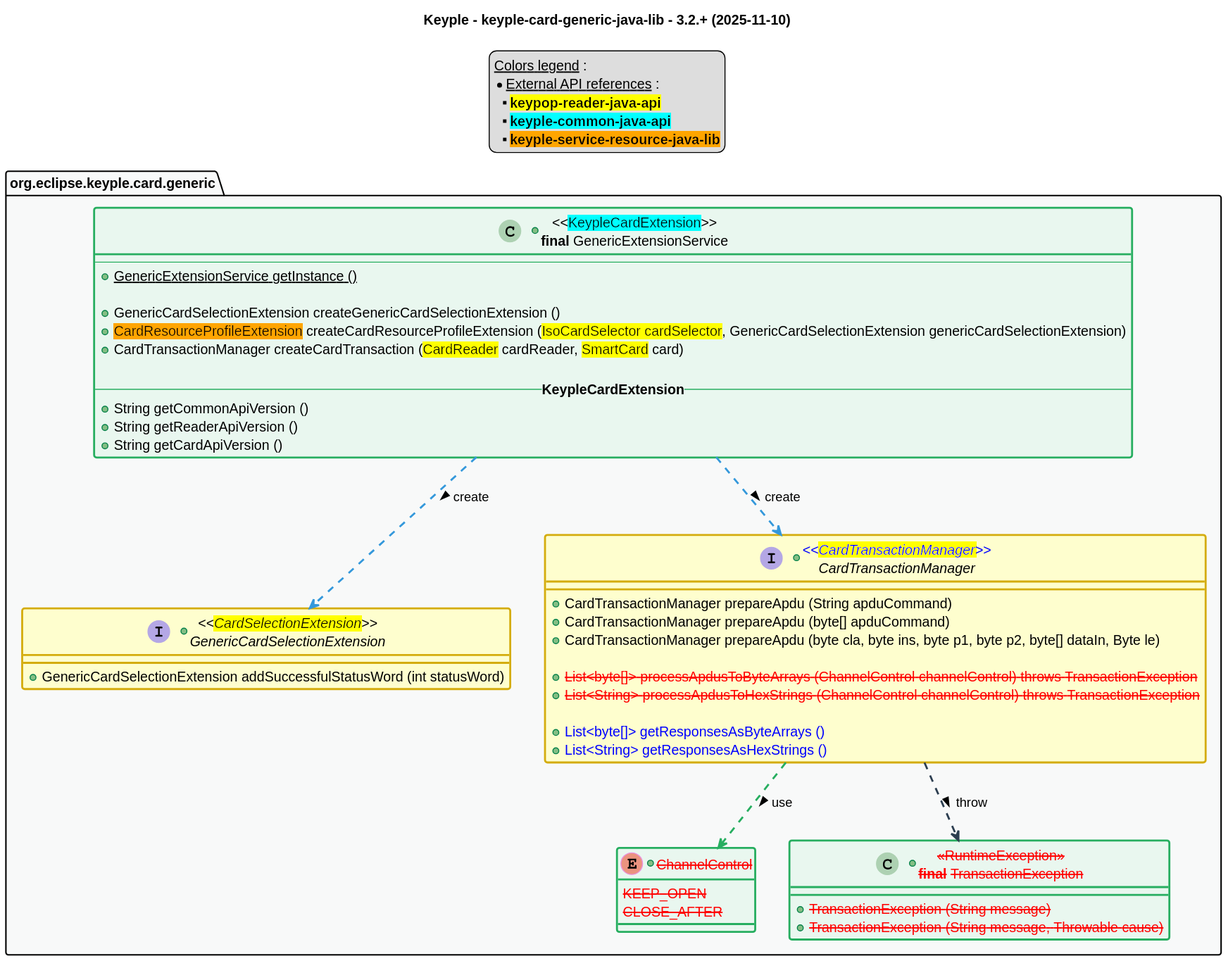
Above: src/main/uml/api_class_diagram.svg in eclipse-keyple/keyple-card-generic-java-lib (PlantUML), before the change.
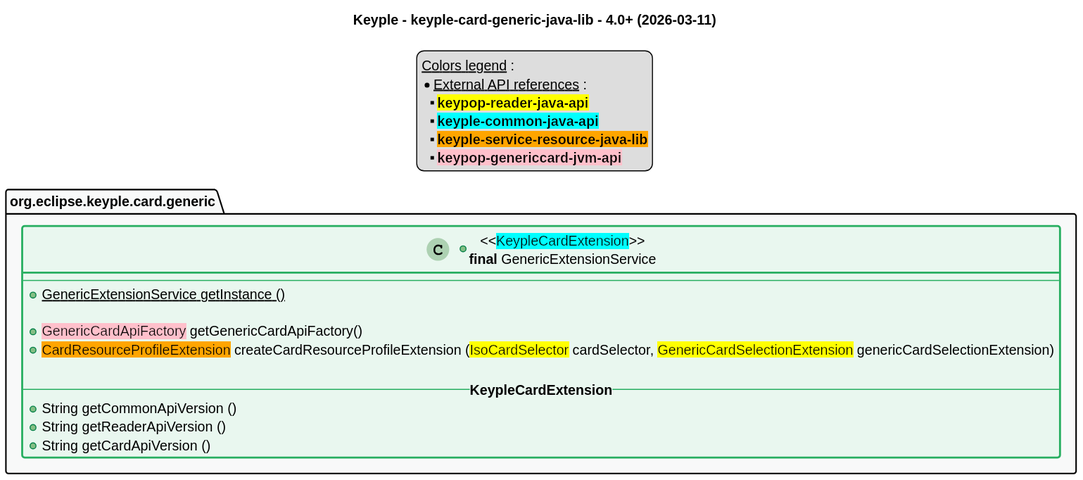
Later version of the same file.

The edit, as a diff of the source:
```diff
@@ -1,6 +1,6 @@
 @startuml
 title
-    Keyple - keyple-card-generic-java-lib - 3.2.+ (2025-11-10)
+    Keyple - keyple-card-generic-java-lib - 4.0+ (2026-03-11)
 end title
 
 
@@ -47,6 +47,7 @@
     ** <back:yellow>**keypop-reader-java-api**</back>
     ** <back:cyan>**keyple-common-java-api**</back>
     ** <back:orange>**keyple-service-resource-java-lib**</back>
+    ** <back:pink>**keypop-genericcard-jvm-api**</back>
 end legend
 
 package "org.eclipse.keyple.card.generic" as generic {
@@ -54,47 +55,18 @@
         --
         +{static} GenericExtensionService getInstance ()
 
-        +GenericCardSelectionExtension createGenericCardSelectionExtension ()
-        +<back:orange>CardResourceProfileExtension</back> createCardResourceProfileExtension (<back:yellow>IsoCardSelector cardSelector</back>, GenericCardSelectionExtension genericCardSelectionExtension)
-        +CardTransactionManager createCardTransaction (<back:yellow>CardReader</back> cardReader, <back:yellow>SmartCard</back> card)
+        +<back:pink>GenericCardApiFactory</back> getGenericCardApiFactory()
+        +<back:orange>CardResourceProfileExtension</back> createCardResourceProfileExtension (<back:yellow>IsoCardSelector</back> cardSelector, <back:yellow>GenericCardSelectionExtension</back> genericCardSelectionExtension)
 
         -- **KeypleCardExtension** --
         +String getCommonApiVersion ()
         +String getReaderApiVersion ()
         +String getCardApiVersion ()
     }
-    +interface "<<<back:yellow>CardSelectionExtension</back>>>\nGenericCardSelectionExtension" as GenericCardSelectionExtension {
-        +GenericCardSelectionExtension addSuccessfulStatusWord (int statusWord)
-    }
-    +interface "<color:blue><<<back:yellow>CardTransactionManager</back>>></color>\nCardTransactionManager" as CardTransactionManager {
-        +CardTransactionManager prepareApdu (String apduCommand)
-        +CardTransactionManager prepareApdu (byte[] apduCommand)
-        +CardTransactionManager prepareApdu (byte cla, byte ins, byte p1, byte p2, byte[] dataIn, Byte le)
-
-        +<color:red><s>List<byte[]> processApdusToByteArrays (ChannelControl channelControl) throws TransactionException
-        +<color:red><s>List<String> processApdusToHexStrings (ChannelControl channelControl) throws TransactionException
-
-        +<color:blue>List<byte[]> getResponsesAsByteArrays ()
-        +<color:blue>List<String> getResponsesAsHexStrings ()
-    }
-    +enum "<color:red><s>ChannelControl" as ChannelControl <<green>> {
-        <color:red><s>KEEP_OPEN
-        <color:red><s>CLOSE_AFTER
-    }
-    +class "<color:red><s><<RuntimeException>>\n<color:red><s>**final** TransactionException" as TransactionException <<green>> {
-        +<color:red><s>TransactionException (String message)
-        +<color:red><s>TransactionException (String message, Throwable cause)
-    }
 }
 
 
 
-GenericExtensionService ..> GenericCardSelectionExtension #C_LINK : create >
-GenericExtensionService ..> CardTransactionManager #C_LINK : create >
-
-CardTransactionManager ..> ChannelControl #C_USE : use >
-CardTransactionManager ..> TransactionException #C_THROW : throw >
-
 
 package generic #C_GREY1 {}
 @enduml
```
